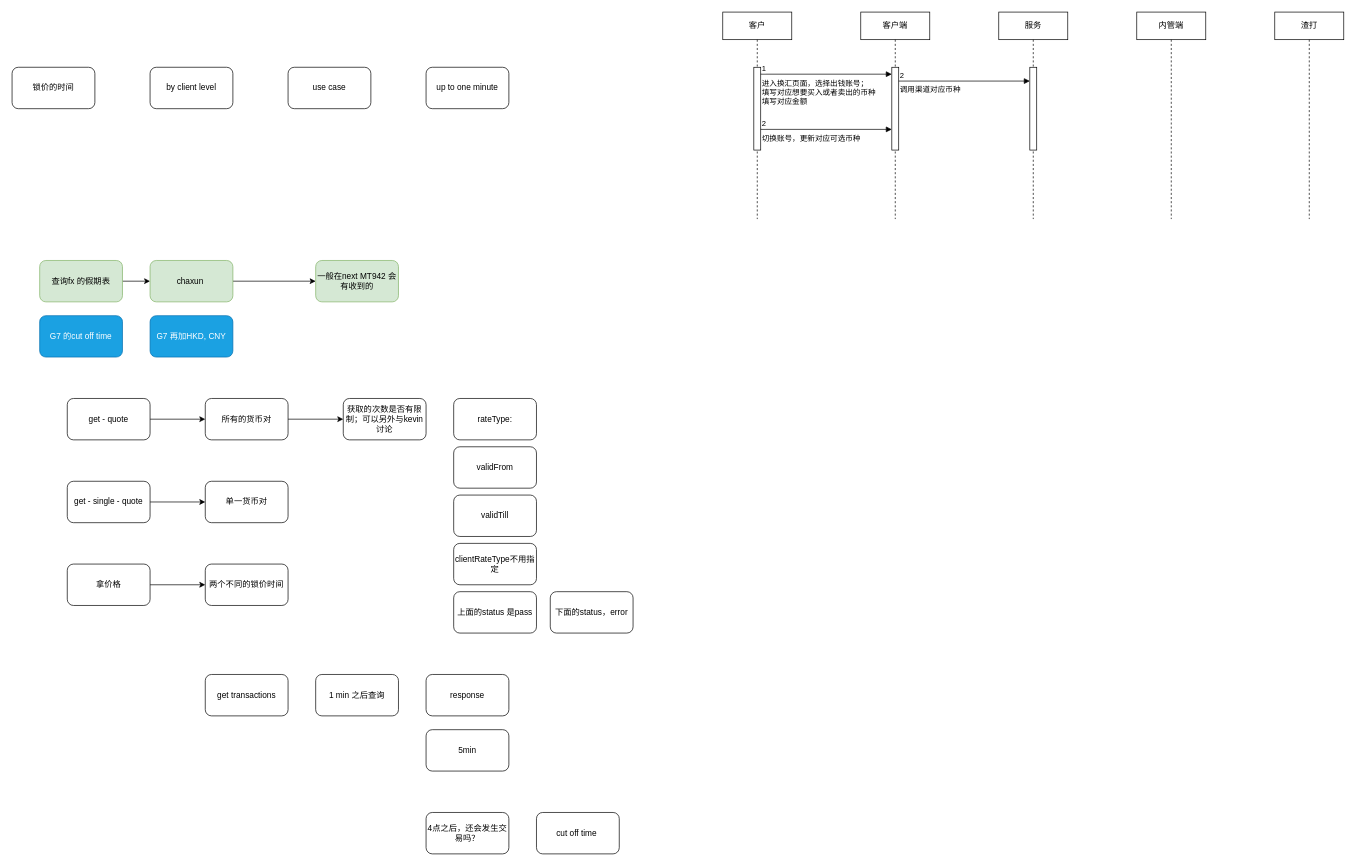
Earlier version of the draw.io diagram LLSI/SCB fx.drawio (0573xieguojia/To-program). Source tidied: cells renumbered, new cells numbered last; positions are measured from the earlier drawing's top-left corner, leaving out a move shared by most shapes. Both pictures are drawn from the tidied source at 69%, with x=0, y=0 at pixel (12, 12).
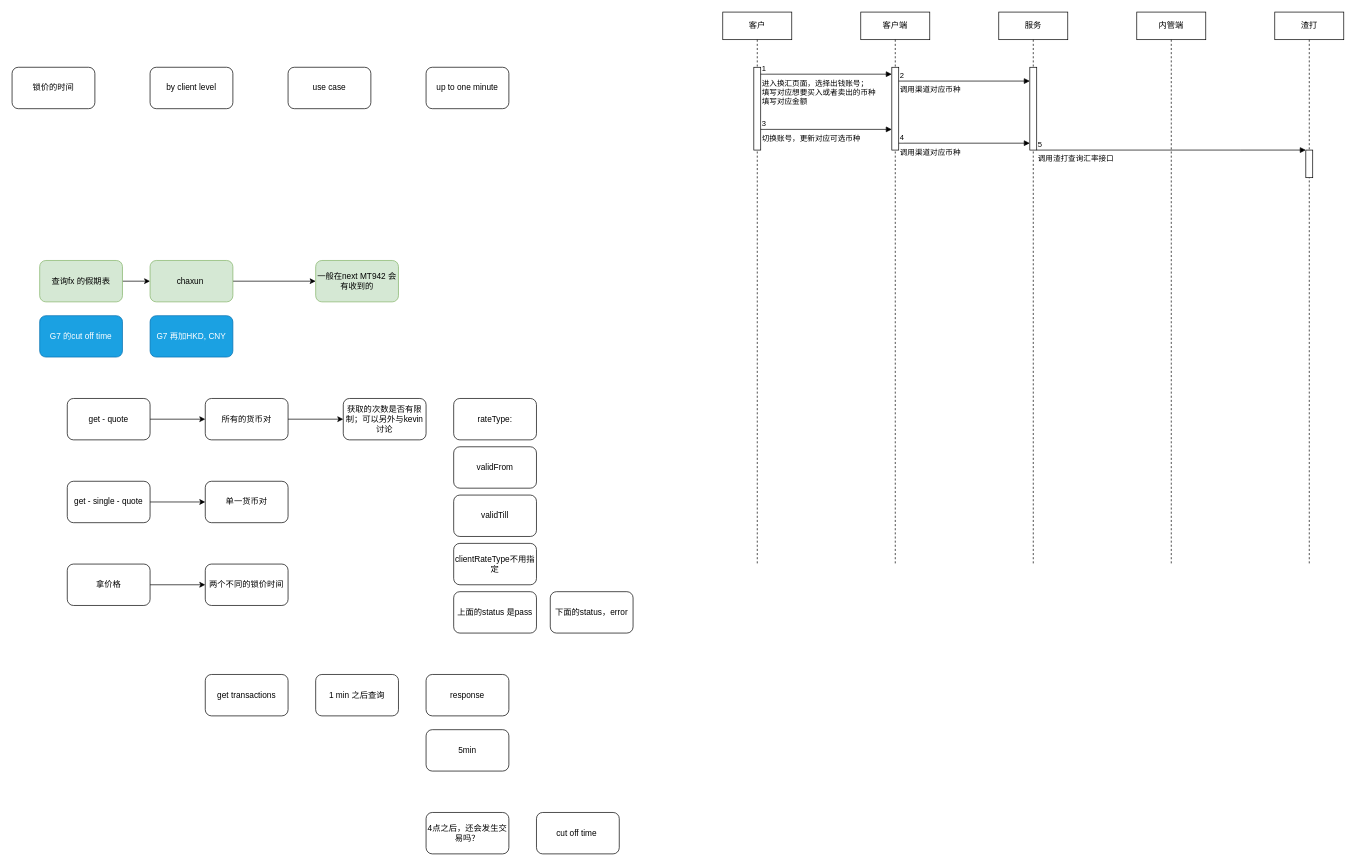
The same diagram, later.

Unchanged cells that the change refers to:
```xml
<mxCell id="46" value="切换账号，更新对应可选币种" style="endArrow=block;endFill=1;html=1;edgeStyle=orthogonalEdgeStyle;align=left;verticalAlign=top;rounded=0;" parent="1" edge="1">
  <mxGeometry x="-1" relative="1" as="geometry">
    <mxPoint x="1085" y="170" as="sourcePoint" />
    <mxPoint x="1275" y="170" as="targetPoint" />
  </mxGeometry>
</mxCell>
```

The edit, as a diff of the source:
```diff
@@
     <mxCell id="36" value="客户" style="shape=umlLifeline;perimeter=lifelinePerimeter;whiteSpace=wrap;html=1;newEdgeStyle={&quot;curved&quot;:0,&quot;rounded&quot;:0};" parent="1" vertex="1">
-      <mxGeometry x="1030" width="100" height="300" as="geometry" />
+      <mxGeometry x="1030" width="100" height="800" as="geometry" />
     </mxCell>
@@
     <mxCell id="38" value="客户端" style="shape=umlLifeline;perimeter=lifelinePerimeter;whiteSpace=wrap;html=1;newEdgeStyle={&quot;curved&quot;:0,&quot;rounded&quot;:0};" parent="1" vertex="1">
-      <mxGeometry x="1230" width="100" height="300" as="geometry" />
+      <mxGeometry x="1230" width="100" height="800" as="geometry" />
     </mxCell>
@@
     <mxCell id="40" value="服务" style="shape=umlLifeline;perimeter=lifelinePerimeter;whiteSpace=wrap;html=1;newEdgeStyle={&quot;curved&quot;:0,&quot;rounded&quot;:0};" parent="1" vertex="1">
-      <mxGeometry x="1430" width="100" height="300" as="geometry" />
+      <mxGeometry x="1430" width="100" height="800" as="geometry" />
     </mxCell>
@@
     <mxCell id="42" value="内管端" style="shape=umlLifeline;perimeter=lifelinePerimeter;whiteSpace=wrap;html=1;newEdgeStyle={&quot;curved&quot;:0,&quot;rounded&quot;:0};" parent="1" vertex="1">
-      <mxGeometry x="1630" width="100" height="300" as="geometry" />
+      <mxGeometry x="1630" width="100" height="800" as="geometry" />
     </mxCell>
     <mxCell id="43" value="渣打" style="shape=umlLifeline;perimeter=lifelinePerimeter;whiteSpace=wrap;html=1;newEdgeStyle={&quot;curved&quot;:0,&quot;rounded&quot;:0};" parent="1" vertex="1">
-      <mxGeometry x="1830" width="100" height="300" as="geometry" />
+      <mxGeometry x="1830" width="100" height="800" as="geometry" />
     </mxCell>
+    <mxCell id="50" style="html=1;points=[[0,0,0,0,5],[0,1,0,0,-5],[1,0,0,0,5],[1,1,0,0,-5]];perimeter=orthogonalPerimeter;outlineConnect=0;targetShapes=umlLifeline;portConstraint=eastwest;newEdgeStyle={&quot;curved&quot;:0,&quot;rounded&quot;:0};" parent="43" vertex="1">
+      <mxGeometry x="45" y="200" width="10" height="40" as="geometry" />
+    </mxCell>
@@
-    <mxCell id="47" value="2" style="edgeLabel;html=1;align=left;verticalAlign=bottom;" parent="46" vertex="1">
+    <mxCell id="47" value="3" style="edgeLabel;html=1;align=left;verticalAlign=bottom;" parent="46" vertex="1">
       <mxGeometry x="-1" relative="1" as="geometry" />
     </mxCell>
@@
+    <mxCell id="51" value="调用渠道对应币种" style="endArrow=block;endFill=1;html=1;edgeStyle=orthogonalEdgeStyle;align=left;verticalAlign=top;rounded=0;" parent="1" edge="1">
+      <mxGeometry x="-1" relative="1" as="geometry">
+        <mxPoint x="1285" y="190" as="sourcePoint" />
+        <mxPoint x="1475" y="190" as="targetPoint" />
+      </mxGeometry>
+    </mxCell>
+    <mxCell id="52" value="4" style="edgeLabel;html=1;align=left;verticalAlign=bottom;" parent="51" vertex="1">
+      <mxGeometry x="-1" relative="1" as="geometry" />
+    </mxCell>
+    <mxCell id="53" value="调用渣打查询汇率接口" style="endArrow=block;endFill=1;html=1;edgeStyle=orthogonalEdgeStyle;align=left;verticalAlign=top;rounded=0;" parent="1" edge="1" target="50">
+      <mxGeometry x="-1" relative="1" as="geometry">
+        <mxPoint x="1485" y="200" as="sourcePoint" />
+        <Array as="points">
+          <mxPoint x="1780" y="200" />
+          <mxPoint x="1780" y="200" />
+        </Array>
+      </mxGeometry>
+    </mxCell>
+    <mxCell id="54" value="5" style="edgeLabel;html=1;align=left;verticalAlign=bottom;" parent="53" vertex="1">
+      <mxGeometry x="-1" relative="1" as="geometry" />
+    </mxCell>
```
